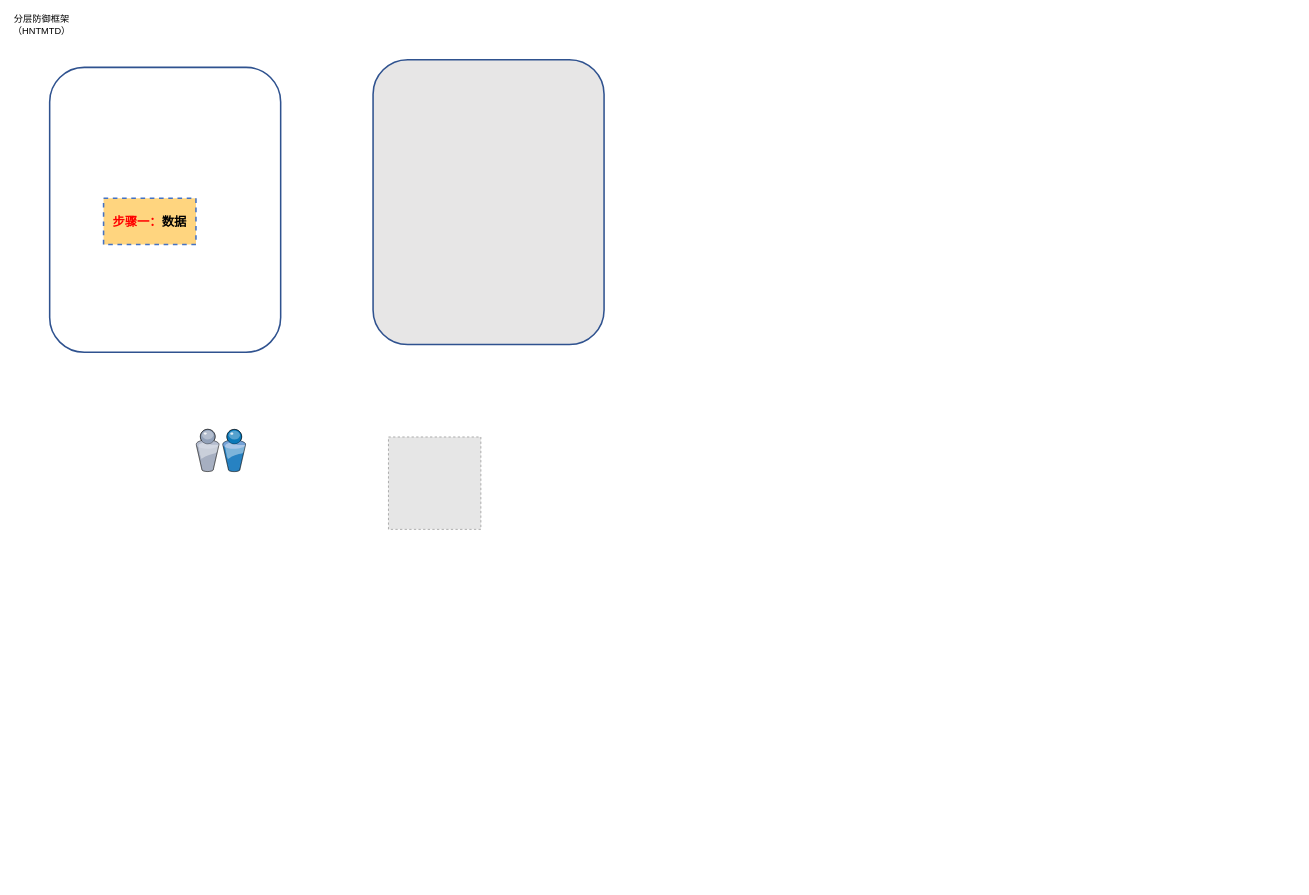
Above: 毕业论文4-2.drawio in weyg0/Diagrams (draw.io), before the change. Source tidied: cells renumbered, new cells numbered last; positions are measured from the earlier drawing's top-left corner, leaving out a move shared by most shapes. Both pictures are drawn from the tidied source at 77%, with x=0, y=0 at pixel (18, 13). Pictures stored in the file or linked from it are replaced by grey dashed boxes.
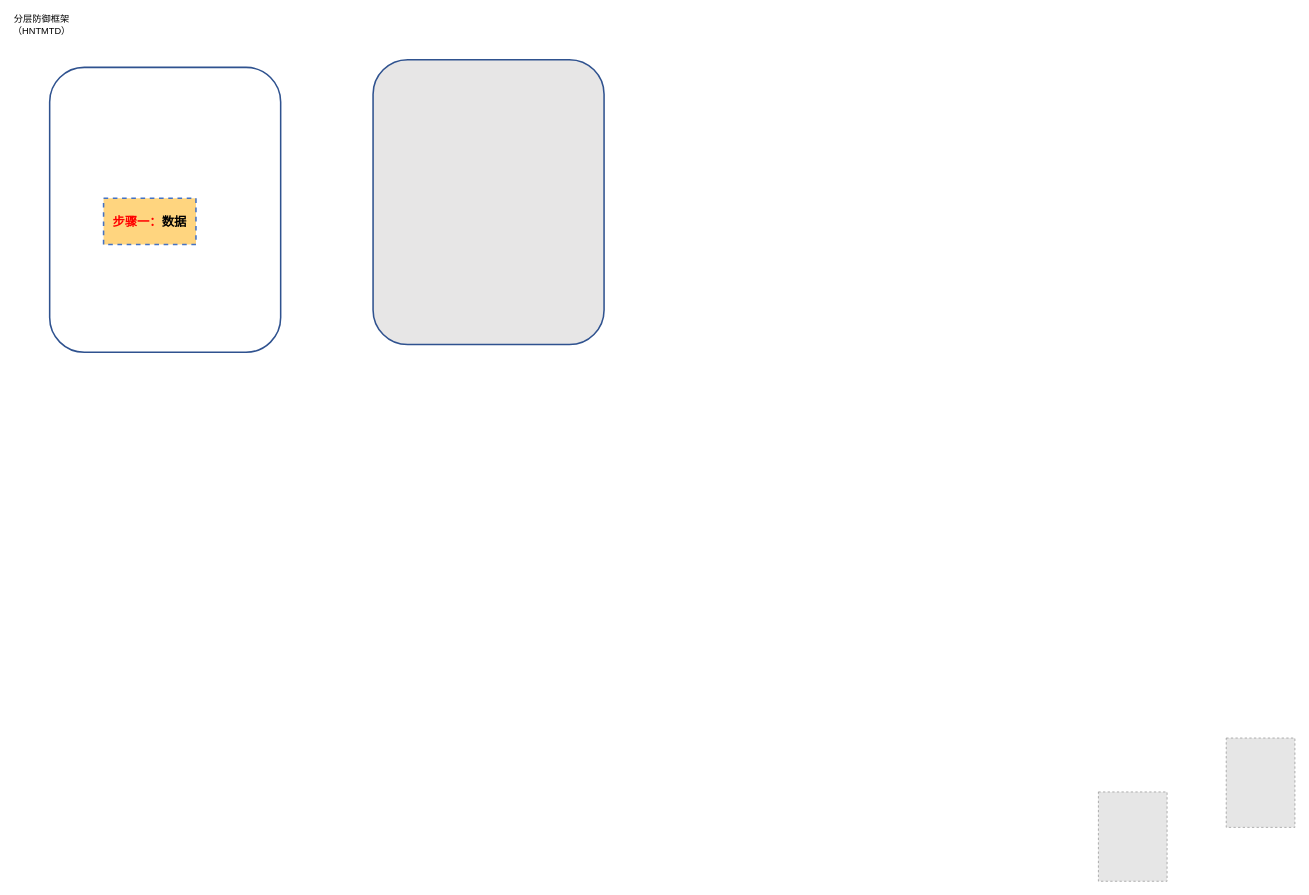
After the change.

Commit message:
更新毕业论文4-2.drawio

What changed in the source:
```diff
@@
 <mxGraphModel>
   <root>
     <mxCell id="0" />
     <mxCell id="1" parent="0" />
     <mxCell id="2" style="rounded=1;whiteSpace=wrap;html=1;strokeWidth=2;strokeColor=#2F528F;" parent="1" vertex="1">
       <mxGeometry x="40" y="70" width="300" height="370" as="geometry" />
     </mxCell>
     <mxCell id="3" style="rounded=1;whiteSpace=wrap;html=1;fillColor=#E7E6E6;fontColor=#333333;strokeColor=#2F528F;strokeWidth=2;" parent="1" vertex="1">
       <mxGeometry x="460" y="60" width="300" height="370" as="geometry" />
     </mxCell>
     <mxCell id="4" value="&lt;font&gt;&lt;span&gt;&lt;font style=&quot;color: rgb(255, 0, 0);&quot;&gt;步骤一&lt;/font&gt;&lt;/span&gt;&lt;font style=&quot;color: rgb(255, 0, 0);&quot;&gt;：&lt;/font&gt;&lt;/font&gt;&lt;span&gt;数据&lt;/span&gt;" style="rounded=0;whiteSpace=wrap;html=1;dashed=1;fillColor=light-dark(#ffd57f, #ededed);strokeColor=#4472C4;strokeWidth=2;fontStyle=1;fontSize=16;" parent="1" vertex="1">
       <mxGeometry x="110" y="240" width="120" height="60" as="geometry" />
     </mxCell>
     <mxCell id="5" value="分层防御框架（HNTMTD）" style="text;html=1;align=center;verticalAlign=middle;whiteSpace=wrap;rounded=0;" parent="1" vertex="1">
       <mxGeometry width="60" height="30" as="geometry" />
     </mxCell>
-    <mxCell id="6" style="verticalLabelPosition=bottom;sketch=0;html=1;verticalAlign=top;strokeColor=none;align=center;shape=mxgraph.citrix.users;fillColor=light-dark(#d81e07, #ff9090);" parent="1" vertex="1">
-      <mxGeometry x="230" y="540" width="64.5" height="55" as="geometry" />
-    </mxCell>
-    <mxCell id="7" style="fillColor=#E6E6E6;strokeColor=#999999;dashed=1;verticalLabelPosition=bottom;labelBackgroundColor=default;verticalAlign=top;" parent="1" vertex="1">
-      <mxGeometry x="480" y="550" width="120" height="120" as="geometry" />
-    </mxCell>
+    <mxCell id="8" style="fillColor=#E6E6E6;strokeColor=#999999;dashed=1;verticalLabelPosition=bottom;labelBackgroundColor=default;verticalAlign=top;" parent="1" vertex="1">
+      <mxGeometry x="1402" y="1011" width="89.2" height="116" as="geometry" />
+    </mxCell>
+    <mxCell id="9" style="fillColor=#E6E6E6;strokeColor=#999999;dashed=1;verticalLabelPosition=bottom;labelBackgroundColor=default;verticalAlign=top;" parent="1" vertex="1">
+      <mxGeometry x="1568" y="941" width="89.2" height="116" as="geometry" />
+    </mxCell>
   </root>
 </mxGraphModel>
```
